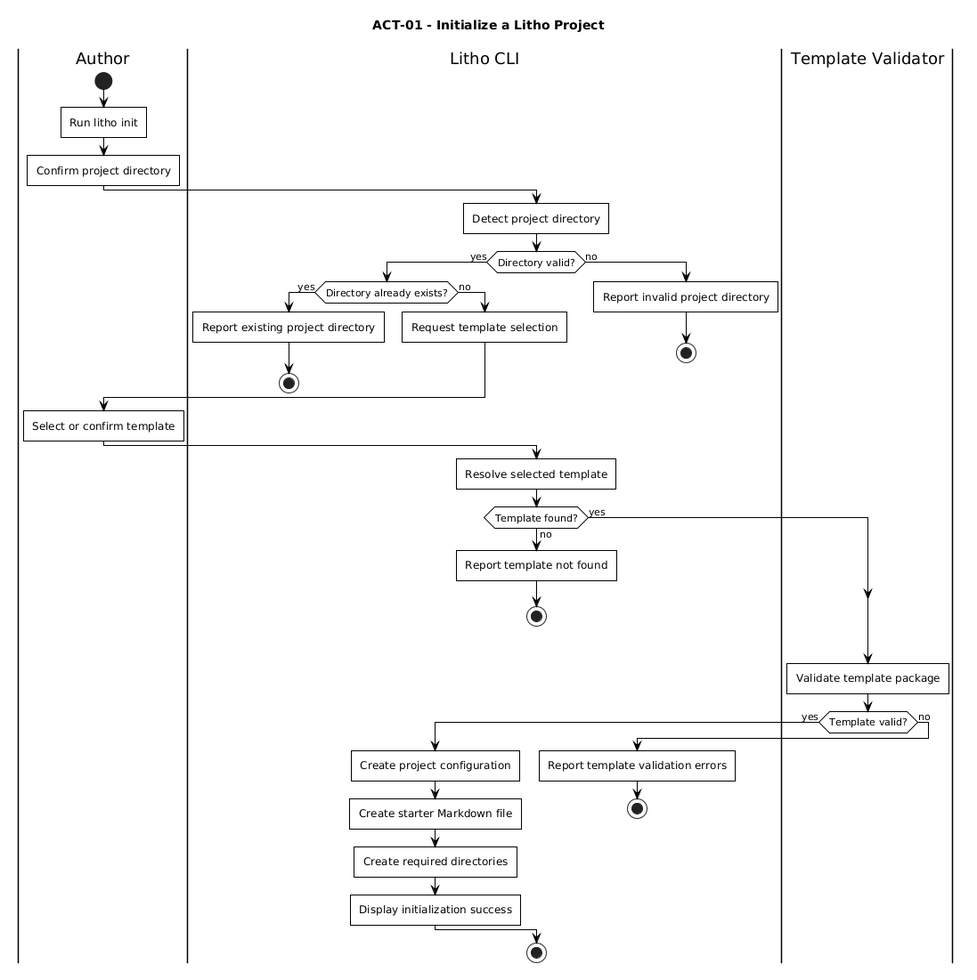
The PlantUML diagram Figures/activity/01-initialize-project.png in Litho-MD/uet-fyp-docs, before a commit.
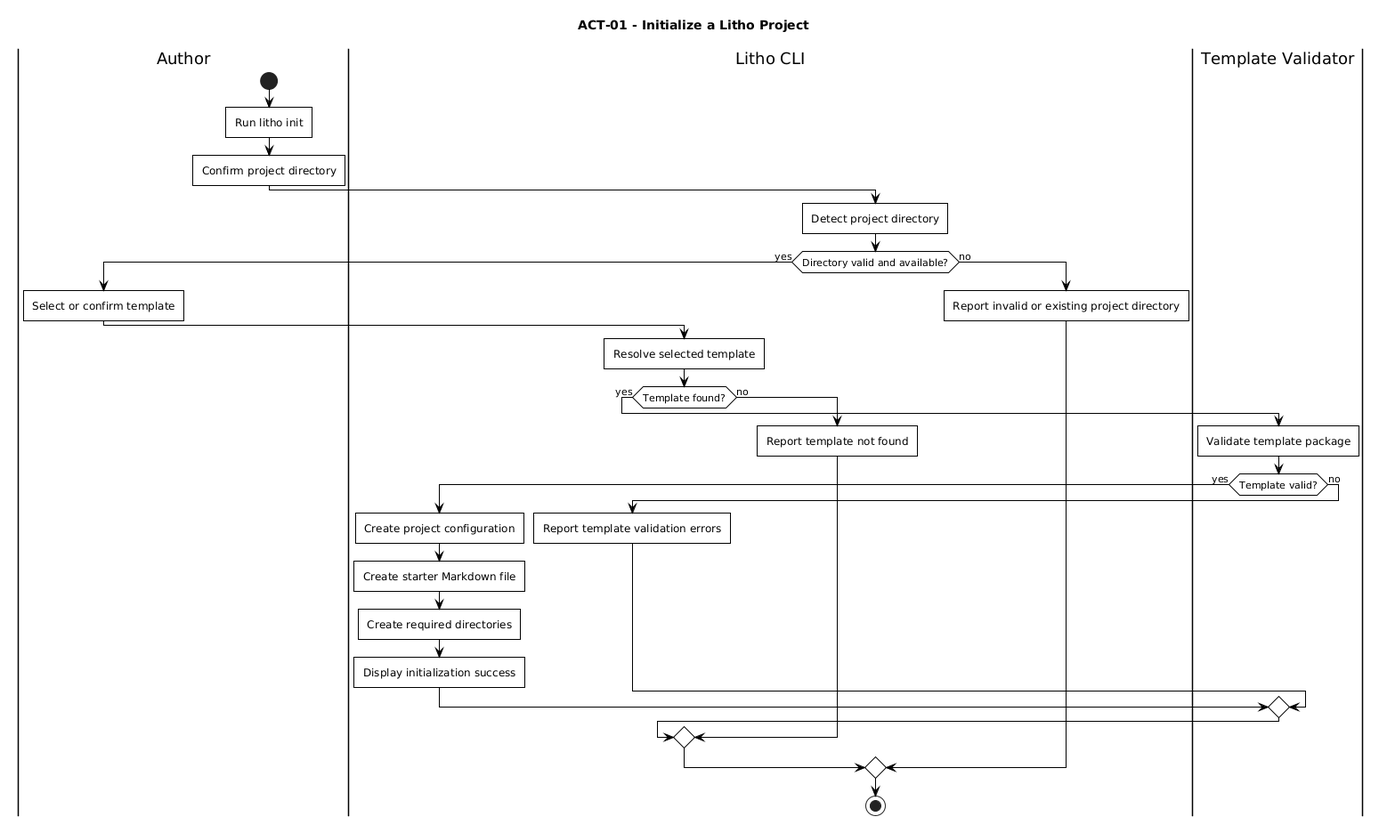
The same diagram one commit later.

The edit, as a diff of the source:
```diff
@@ -24,42 +24,31 @@
 
 |Litho CLI|
 :Detect project directory;
-if (Directory valid?) then (yes)
-    if (Directory already exists?) then (yes)
-        :Report existing project directory;
-        stop
+if (Directory valid and available?) then (yes)
+    |Author|
+    :Select or confirm template;
+
+    |Litho CLI|
+    :Resolve selected template;
+    if (Template found?) then (yes)
+        |Template Validator|
+        :Validate template package;
+        if (Template valid?) then (yes)
+            |Litho CLI|
+            :Create project configuration;
+            :Create starter Markdown file;
+            :Create required directories;
+            :Display initialization success;
+        else (no)
+            |Litho CLI|
+            :Report template validation errors;
+        endif
     else (no)
-        :Request template selection;
+        |Litho CLI|
+        :Report template not found;
     endif
 else (no)
-    :Report invalid project directory;
-    stop
-endif
-
-|Author|
-:Select or confirm template;
-
-|Litho CLI|
-:Resolve selected template;
-if (Template found?) then (yes)
-else (no)
-    :Report template not found;
-    stop
-endif
-
-|Template Validator|
-:Validate template package;
-
-if (Template valid?) then (yes)
-    |Litho CLI|
-    :Create project configuration;
-    :Create starter Markdown file;
-    :Create required directories;
-    :Display initialization success;
-else (no)
-    |Litho CLI|
-    :Report template validation errors;
-    stop
+    :Report invalid or existing project directory;
 endif
 
 stop
```
